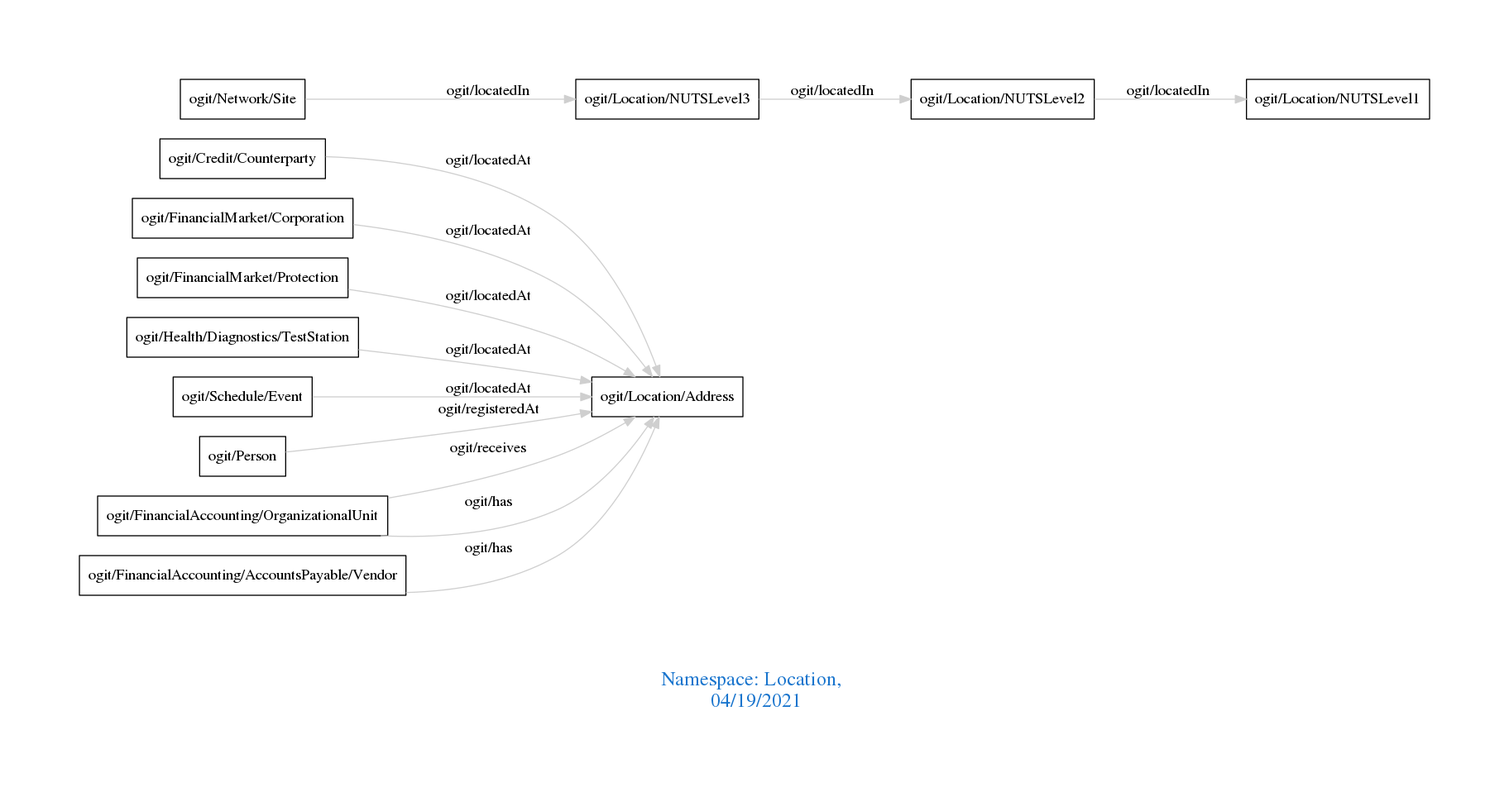
This is downloads/Location.png from arago/OGIT, a Graphviz export, as it was before one commit. Its source is kept beside it as downloads/Location.dot.
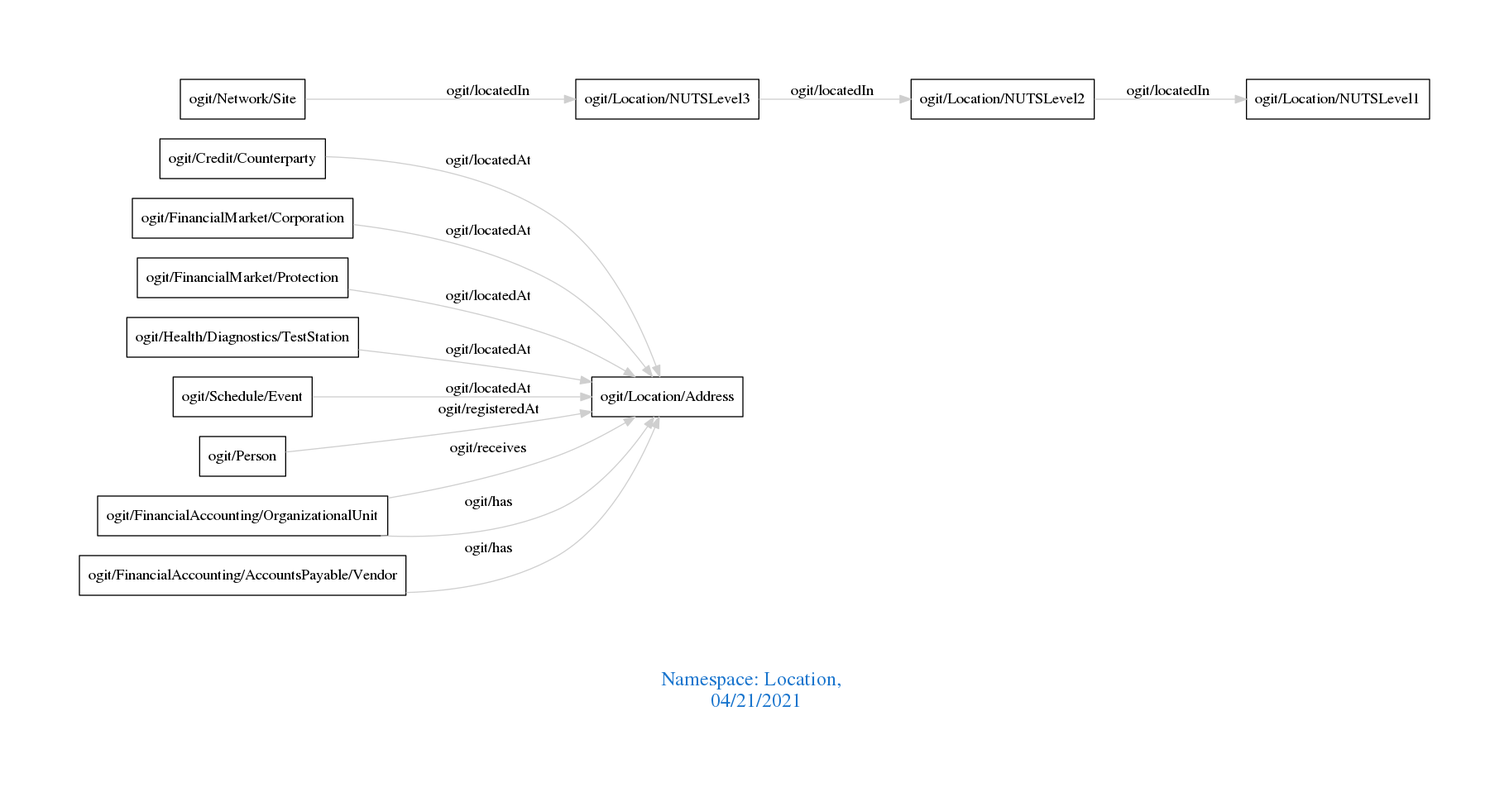
Above is the later version.

Change to the diagram source:
```diff
@@ -1,7 +1,7 @@
 digraph OGIT_ontology {
  graph [ rankdir= LR,pad=1
 fontsize = 18,
-fontcolor= dodgerblue3,label = "\n\n\nNamespace: Location, \n 04/19/2021"];
+fontcolor= dodgerblue3,label = "\n\n\nNamespace: Location, \n 04/21/2021"];
 node[shape=polygon];
 edge [  color="gray81"];
 
```
